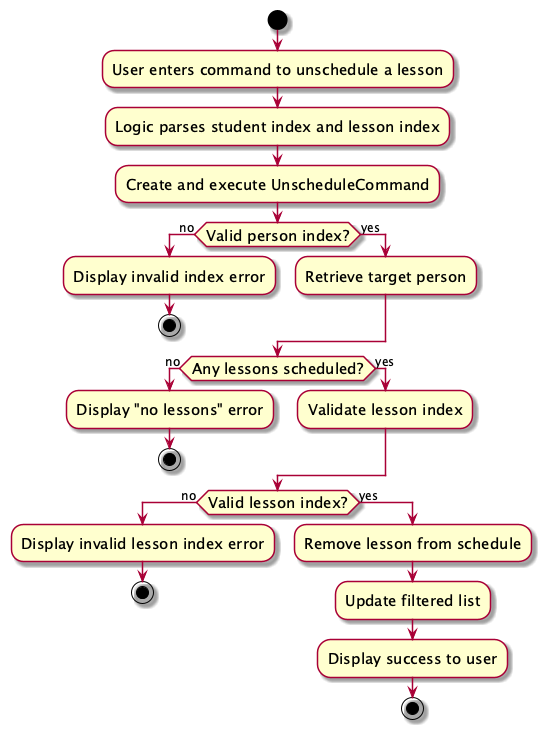
Before: docs/images/UnscheduleCommandActivityDiagram.png, a diagram exported from PlantUML (tonyvict/tp). Source of this version:
```plantuml
@startuml
skin rose
skinparam ActivityFontSize 15
skinparam ArrowFontSize 12
start
:User enters command to unschedule a lesson;
:Logic parses student index and lesson index;
:Create and execute UnscheduleCommand;
if (Valid person index?) then (no)
  :Display invalid index error;
  stop
else (yes)
  :Retrieve target person;
endif
if (Any lessons scheduled?) then (no)
  :Display "no lessons" error;
  stop
else (yes)
  :Validate lesson index;
endif
if (Valid lesson index?) then (no)
  :Display invalid lesson index error;
  stop
else (yes)
  :Remove lesson from schedule;
  :Update filtered list;
  :Display success to user;
  stop
endif
@enduml
```
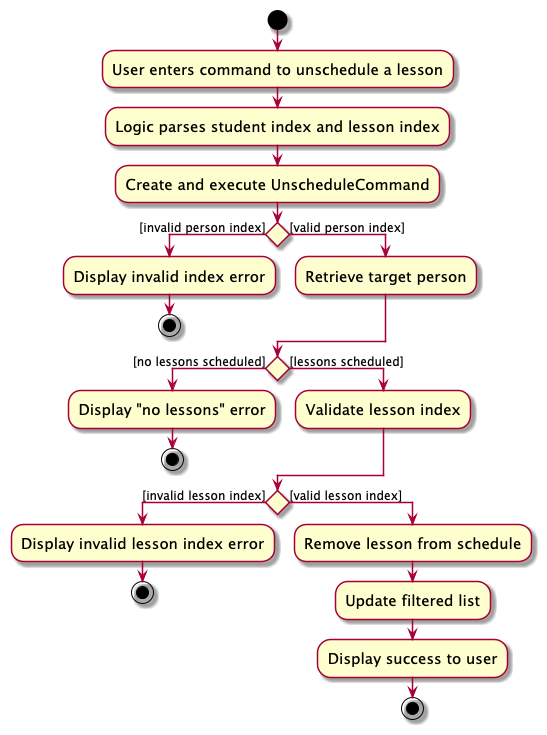
Later version of the same file.

Commit message:
Update activity diagrams

Change to the diagram source:
```diff
@@ -6,22 +6,22 @@
 :User enters command to unschedule a lesson;
 :Logic parses student index and lesson index;
 :Create and execute UnscheduleCommand;
-if (Valid person index?) then (no)
+if () then ([invalid person index])
   :Display invalid index error;
   stop
-else (yes)
+else ([valid person index])
   :Retrieve target person;
 endif
-if (Any lessons scheduled?) then (no)
+if () then ([no lessons scheduled])
   :Display "no lessons" error;
   stop
-else (yes)
+else ([lessons scheduled])
   :Validate lesson index;
 endif
-if (Valid lesson index?) then (no)
+if () then ([invalid lesson index])
   :Display invalid lesson index error;
   stop
-else (yes)
+else ([valid lesson index])
   :Remove lesson from schedule;
   :Update filtered list;
   :Display success to user;
```
